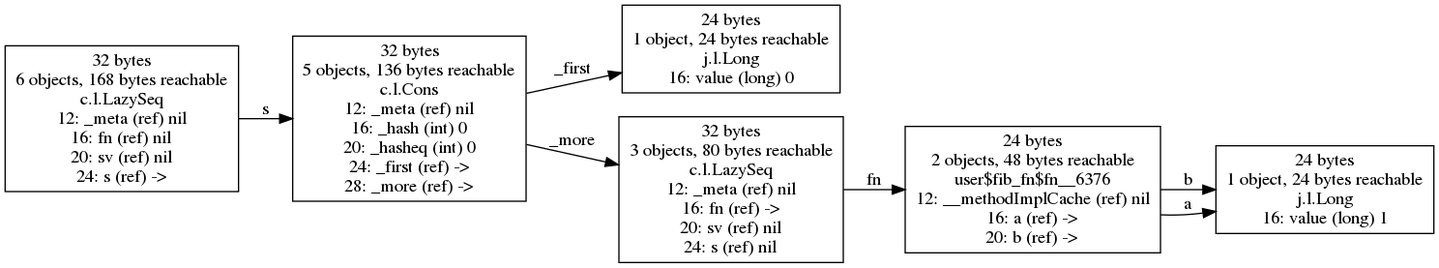
This is doc/images/lazy-fib-seq-realized1.png from jafingerhut/cljol, a Graphviz export, as it was before one commit. Its source is kept beside it as doc/images/lazy-fib-seq-realized1.dot.
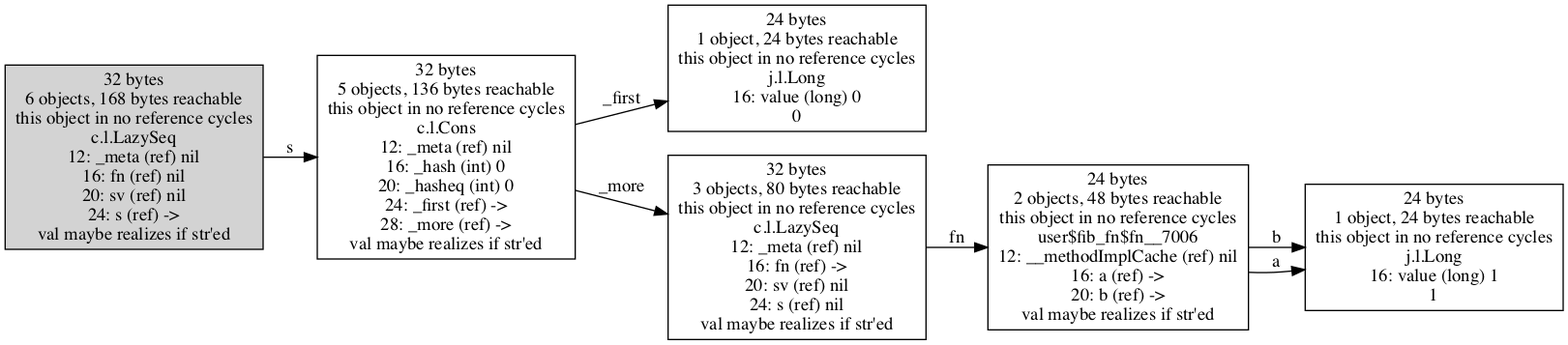
After the commit.

The edit, as a diff of the source:
```diff
@@ -1,45 +1,57 @@
 digraph {
 graph [layout=dot,rankdir=LR];
-"26102850176" [label="24 bytes
+"28991406664" ["scc-num-nodes"=1,label="24 bytes
 1 object, 24 bytes reachable
+this object in no reference cycles
 j.l.Long
-16: value (long) 1",shape=box];
-"26106721920" [label="24 bytes
+16: value (long) 0
+0",shape=box];
+"28991464656" ["scc-num-nodes"=1,label="24 bytes
 1 object, 24 bytes reachable
+this object in no reference cycles
 j.l.Long
-16: value (long) 0",shape=box];
-"26124227456" [label="32 bytes
+16: value (long) 1
+1",shape=box];
+"32024788488" ["scc-num-nodes"=1,style=filled,label="32 bytes
 6 objects, 168 bytes reachable
+this object in no reference cycles
 c.l.LazySeq
 12: _meta (ref) nil
 16: fn (ref) nil
 20: sv (ref) nil
-24: s (ref) ->",shape=box];
-"31713887808" [label="32 bytes
+24: s (ref) ->
+val maybe realizes if str'ed",shape=box];
+"32025552096" ["scc-num-nodes"=1,label="32 bytes
 3 objects, 80 bytes reachable
+this object in no reference cycles
 c.l.LazySeq
 12: _meta (ref) nil
 16: fn (ref) ->
 20: sv (ref) nil
-24: s (ref) nil",shape=box];
-"31713888064" [label="24 bytes
+24: s (ref) nil
+val maybe realizes if str'ed",shape=box];
+"32025552128" ["scc-num-nodes"=1,label="24 bytes
 2 objects, 48 bytes reachable
-user$fib_fn$fn__6376
+this object in no reference cycles
+user$fib_fn$fn__7006
 12: __methodImplCache (ref) nil
 16: a (ref) ->
-20: b (ref) ->",shape=box];
-"31713888256" [label="32 bytes
+20: b (ref) ->
+val maybe realizes if str'ed",shape=box];
+"32025552152" ["scc-num-nodes"=1,label="32 bytes
 5 objects, 136 bytes reachable
+this object in no reference cycles
 c.l.Cons
 12: _meta (ref) nil
 16: _hash (int) 0
 20: _hasheq (int) 0
 24: _first (ref) ->
-28: _more (ref) ->",shape=box];
-"26124227456" -> "31713888256" ["field-name"=s,label=s];
-"31713887808" -> "31713888064" ["field-name"=fn,label=fn];
-"31713888064" -> "26102850176" ["field-name"=b,label=b];
-"31713888064" -> "26102850176" ["field-name"=a,label=a];
-"31713888256" -> "26106721920" ["field-name"=_first,label=_first];
-"31713888256" -> "31713887808" ["field-name"=_more,label=_more];
+28: _more (ref) ->
+val maybe realizes if str'ed",shape=box];
+"32024788488" -> "32025552152" ["field-name"=s,label=s];
+"32025552096" -> "32025552128" ["field-name"=fn,label=fn];
+"32025552128" -> "28991464656" ["field-name"=b,label=b];
+"32025552128" -> "28991464656" ["field-name"=a,label=a];
+"32025552152" -> "28991406664" ["field-name"=_first,label=_first];
+"32025552152" -> "32025552096" ["field-name"=_more,label=_more];
 }
```
